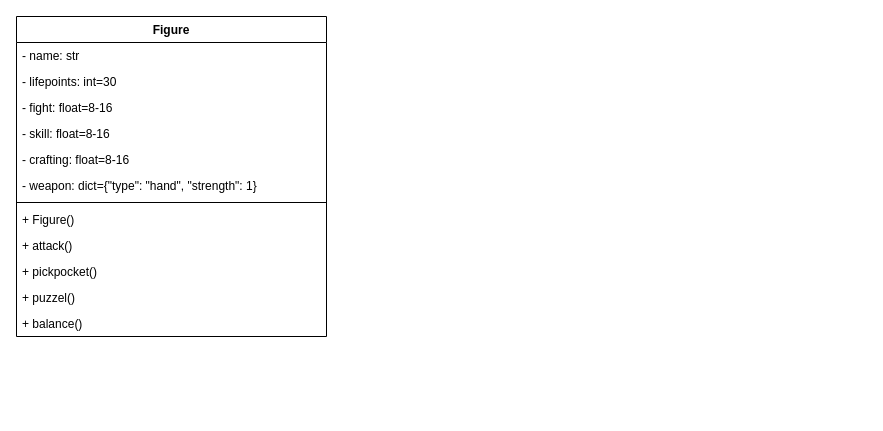
JL710/noname-rollplaygame keeps this draw.io diagram as Klassendiagramm.drawio. Above is the earlier version. Source tidied: cells renumbered, new cells numbered last; positions are measured from the earlier drawing's top-left corner, leaving out a move shared by most shapes. Both pictures are drawn from the tidied source at 100%, with x=0, y=0 at pixel (16, 16).
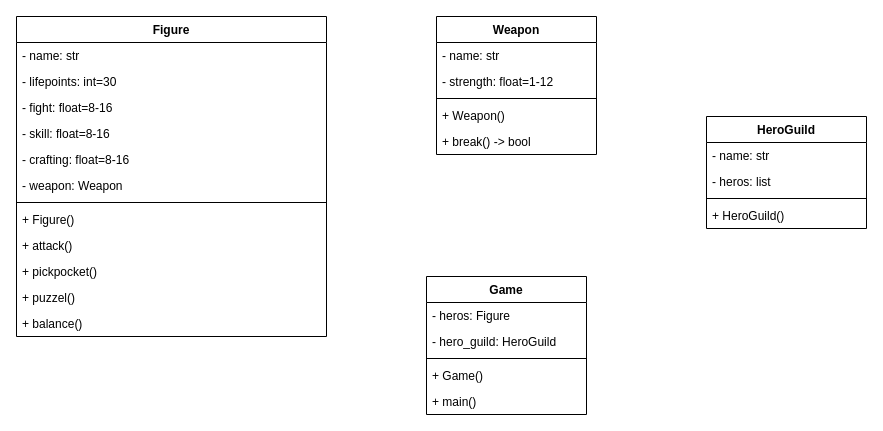
The same diagram, later.

Unchanged cells that the change refers to:
```xml
<mxCell id="2" value="Figure" style="swimlane;fontStyle=1;align=center;verticalAlign=top;horizontal=1;startSize=26;" parent="1" vertex="1">
  <mxGeometry width="310" height="320" as="geometry" />
</mxCell>
```

Change to the diagram source:
```diff
@@
-    <mxCell id="8" value="- weapon: dict={&quot;type&quot;: &quot;hand&quot;, &quot;strength&quot;: 1}" style="text;strokeColor=none;fillColor=none;align=left;verticalAlign=top;spacingLeft=4;spacingRight=4;overflow=hidden;" parent="2" vertex="1">
+    <mxCell id="8" value="- weapon: Weapon" style="text;strokeColor=none;fillColor=none;align=left;verticalAlign=top;spacingLeft=4;spacingRight=4;overflow=hidden;" parent="2" vertex="1">
       <mxGeometry y="156" width="310" height="26" as="geometry" />
     </mxCell>
@@
+    <mxCell id="15" value="Weapon" style="swimlane;fontStyle=1;align=center;verticalAlign=top;horizontal=1;startSize=26;" parent="1" vertex="1">
+      <mxGeometry x="420" width="160" height="138" as="geometry" />
+    </mxCell>
+    <mxCell id="16" value="- name: str" style="text;strokeColor=none;fillColor=none;align=left;verticalAlign=top;spacingLeft=4;spacingRight=4;overflow=hidden;" parent="15" vertex="1">
+      <mxGeometry y="26" width="160" height="26" as="geometry" />
+    </mxCell>
+    <mxCell id="17" value="- strength: float=1-12" style="text;strokeColor=none;fillColor=none;align=left;verticalAlign=top;spacingLeft=4;spacingRight=4;overflow=hidden;" parent="15" vertex="1">
+      <mxGeometry y="52" width="160" height="26" as="geometry" />
+    </mxCell>
+    <mxCell id="18" style="line;strokeWidth=1;fillColor=none;align=left;verticalAlign=middle;spacingTop=-1;spacingLeft=3;spacingRight=3;labelPosition=right;" parent="15" vertex="1">
+      <mxGeometry y="78" width="160" height="8" as="geometry" />
+    </mxCell>
+    <mxCell id="19" value="+ Weapon()" style="text;strokeColor=none;fillColor=none;align=left;verticalAlign=top;spacingLeft=4;spacingRight=4;overflow=hidden;" parent="15" vertex="1">
+      <mxGeometry y="86" width="160" height="26" as="geometry" />
+    </mxCell>
+    <mxCell id="20" value="+ break() -&gt; bool" style="text;strokeColor=none;fillColor=none;align=left;verticalAlign=top;spacingLeft=4;spacingRight=4;overflow=hidden;" parent="15" vertex="1">
+      <mxGeometry y="112" width="160" height="26" as="geometry" />
+    </mxCell>
+    <mxCell id="21" value="Game" style="swimlane;fontStyle=1;align=center;verticalAlign=top;horizontal=1;startSize=26;" parent="1" vertex="1">
+      <mxGeometry x="410" y="260" width="160" height="138" as="geometry" />
+    </mxCell>
+    <mxCell id="22" value="- heros: Figure" style="text;strokeColor=none;fillColor=none;align=left;verticalAlign=top;spacingLeft=4;spacingRight=4;overflow=hidden;" parent="21" vertex="1">
+      <mxGeometry y="26" width="160" height="26" as="geometry" />
+    </mxCell>
+    <mxCell id="23" value="- hero_guild: HeroGuild" style="text;strokeColor=none;fillColor=none;align=left;verticalAlign=top;spacingLeft=4;spacingRight=4;overflow=hidden;" parent="21" vertex="1">
+      <mxGeometry y="52" width="160" height="26" as="geometry" />
+    </mxCell>
+    <mxCell id="24" style="line;strokeWidth=1;fillColor=none;align=left;verticalAlign=middle;spacingTop=-1;spacingLeft=3;spacingRight=3;labelPosition=right;" parent="21" vertex="1">
+      <mxGeometry y="78" width="160" height="8" as="geometry" />
+    </mxCell>
+    <mxCell id="25" value="+ Game()" style="text;strokeColor=none;fillColor=none;align=left;verticalAlign=top;spacingLeft=4;spacingRight=4;overflow=hidden;" parent="21" vertex="1">
+      <mxGeometry y="86" width="160" height="26" as="geometry" />
+    </mxCell>
+    <mxCell id="26" value="+ main()" style="text;strokeColor=none;fillColor=none;align=left;verticalAlign=top;spacingLeft=4;spacingRight=4;overflow=hidden;" parent="21" vertex="1">
+      <mxGeometry y="112" width="160" height="26" as="geometry" />
+    </mxCell>
+    <mxCell id="27" value="HeroGuild" style="swimlane;fontStyle=1;align=center;verticalAlign=top;horizontal=1;startSize=26;" parent="1" vertex="1">
+      <mxGeometry x="690" y="100" width="160" height="112" as="geometry" />
+    </mxCell>
+    <mxCell id="28" value="- name: str&#10;" style="text;strokeColor=none;fillColor=none;align=left;verticalAlign=top;spacingLeft=4;spacingRight=4;overflow=hidden;" parent="27" vertex="1">
+      <mxGeometry y="26" width="160" height="26" as="geometry" />
+    </mxCell>
+    <mxCell id="29" value="- heros: list" style="text;strokeColor=none;fillColor=none;align=left;verticalAlign=top;spacingLeft=4;spacingRight=4;overflow=hidden;" parent="27" vertex="1">
+      <mxGeometry y="52" width="160" height="26" as="geometry" />
+    </mxCell>
+    <mxCell id="30" style="line;strokeWidth=1;fillColor=none;align=left;verticalAlign=middle;spacingTop=-1;spacingLeft=3;spacingRight=3;labelPosition=right;" parent="27" vertex="1">
+      <mxGeometry y="78" width="160" height="8" as="geometry" />
+    </mxCell>
+    <mxCell id="31" value="+ HeroGuild()" style="text;strokeColor=none;fillColor=none;align=left;verticalAlign=top;spacingLeft=4;spacingRight=4;overflow=hidden;" parent="27" vertex="1">
+      <mxGeometry y="86" width="160" height="26" as="geometry" />
+    </mxCell>
```
